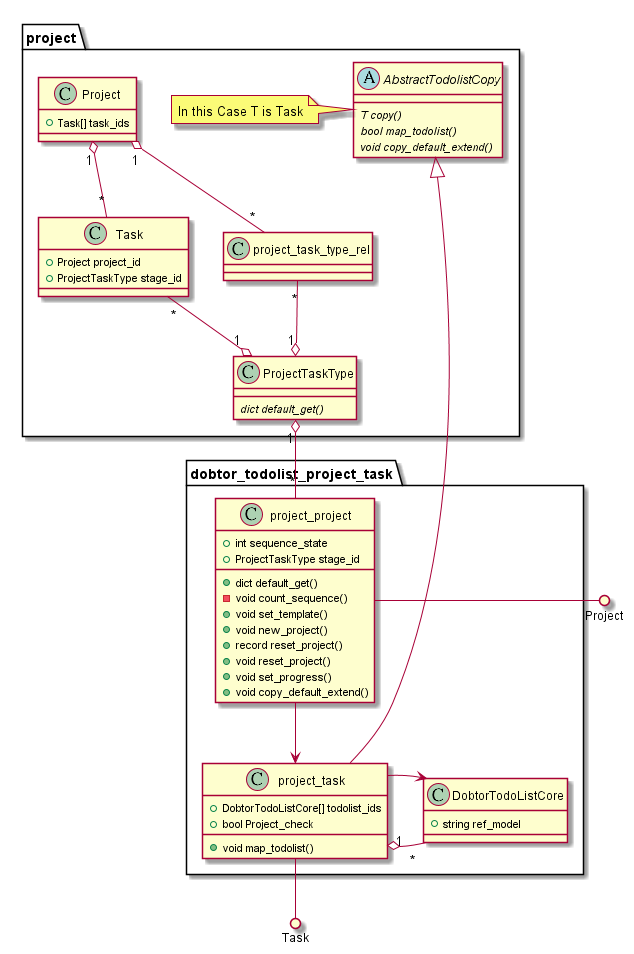
This is dobtor_todolist_project_task/doc/uml.png from Dobtor/ProductivityTools, a PlantUML export, as it was before one commit.
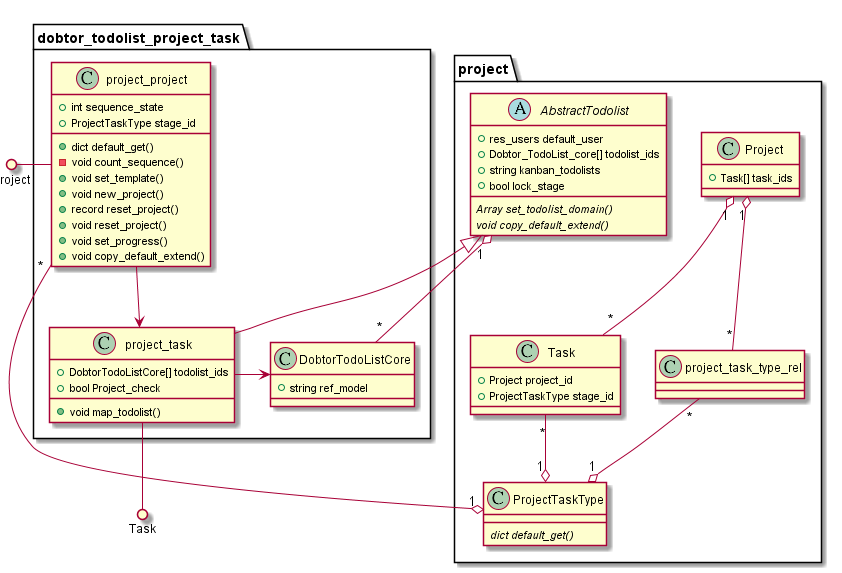
After the change.

Change to the diagram source:
```diff
@@ -8,12 +8,15 @@
         + ProjectTaskType stage_id
     }
 
-    abstract class AbstractTodolistCopy {
-        {abstract} T copy()
-        {abstract} bool map_todolist()
+
+    abstract class AbstractTodolist {
+        + res_users default_user
+        + Dobtor_TodoList_core[] todolist_ids
+        + string kanban_todolists
+        + bool lock_stage
+        {abstract} Array set_todolist_domain()
         {abstract} void copy_default_extend()
     }
-    note left: In this Case T is Task
 
 
     Class Project {
@@ -56,15 +59,15 @@
     }
 }
 
-project_task --|> AbstractTodolistCopy
+project_task --|> AbstractTodolist
 Task "*" --o "1" ProjectTaskType
 Project "1" o-- "*" Task
 Project "1" o-- "*" project_task_type_rel
 project_task_type_rel "*" --o "1" ProjectTaskType
-project_project -() Project
+Project ()- project_project
 ProjectTaskType "1" o-- "*" project_project
 project_task --() Task
-project_task "1" o-- "*" DobtorTodoListCore
+AbstractTodolist "1" o-- "*" DobtorTodoListCore
 project_project --> project_task
 project_task -> DobtorTodoListCore
 @enduml
```
